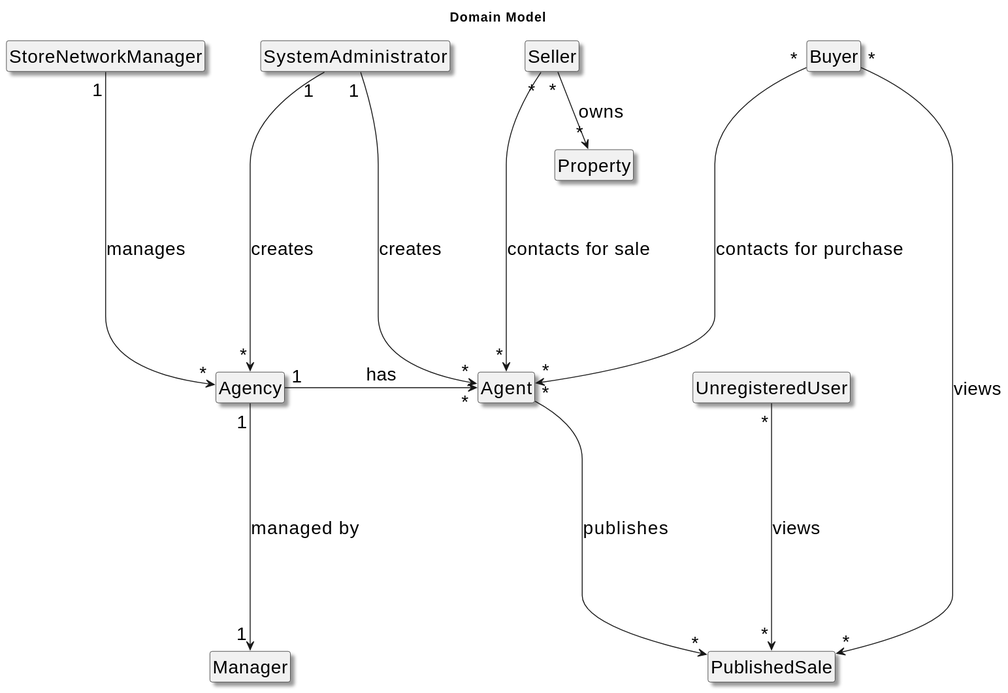
This is docs/sprintA/global-artifacts/02.analysis/svg/project-domain-model-right-alternative.svg from Goncalves2525/real-estate-management-system, a PlantUML export, as it was before one commit.
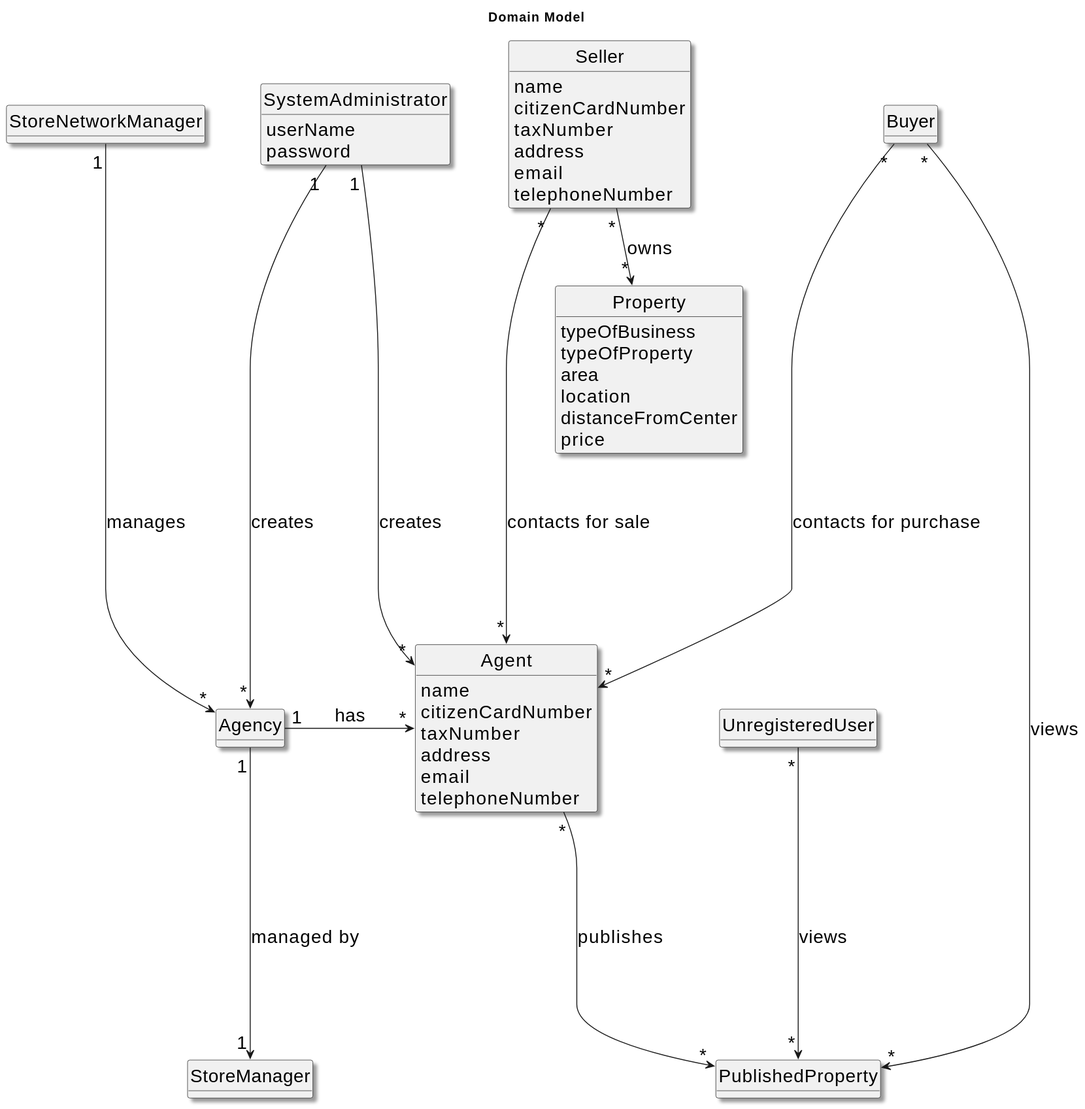
After the change.

Diff of the diagram source:
```diff
@@ -5,7 +5,6 @@
 skinparam shadowing true
 skinparam classAttributeIconSize 0
 
-hide attributes
 hide circle
 hide methods
 title Domain Model
@@ -14,15 +13,29 @@
 }
 
 class SystemAdministrator{
+   userName
+   password
 }
 
-class Manager{
+class StoreManager{
 }
 
 class Property{
+    typeOfBusiness
+    typeOfProperty
+    area
+    location
+    distanceFromCenter
+    price
 }
 
 class Agent{
+    name
+    citizenCardNumber
+    taxNumber
+    address
+    email
+    telephoneNumber
 }
 
 class Agency{
@@ -32,25 +45,32 @@
 }
 
 class Seller{
+    name
+    citizenCardNumber
+    taxNumber
+    address
+    email
+    telephoneNumber
+
 }
 
 class UnregisteredUser{
 }
 
-class PublishedSale{
+class PublishedProperty{
 }
 
 SystemAdministrator "1" -----> "*" Agent : creates
 SystemAdministrator "1" -----> "*" Agency : creates
 Buyer "*" -----> "*" Agent : contacts for purchase
-Buyer "*" -----> "*" PublishedSale : views
+Buyer "*" -----> "*" PublishedProperty : views
 Seller "*" -----> "*" Agent : contacts for sale
 StoreNetworkManager "1" -----> "*" Agency : manages
-Agency "1" -----> "1" Manager  : managed by
-Agent "*" -----> "*" PublishedSale : publishes
+Agency "1" -----> "1" StoreManager  : managed by
+Agent "*" -----> "*" PublishedProperty : publishes
 Agency "1" -> "*" Agent : has
 Seller "*" --> "*" Property : owns
-UnregisteredUser "*" -----> "*" PublishedSale : views
+UnregisteredUser "*" -----> "*" PublishedProperty : views
 
 
 @enduml
```
